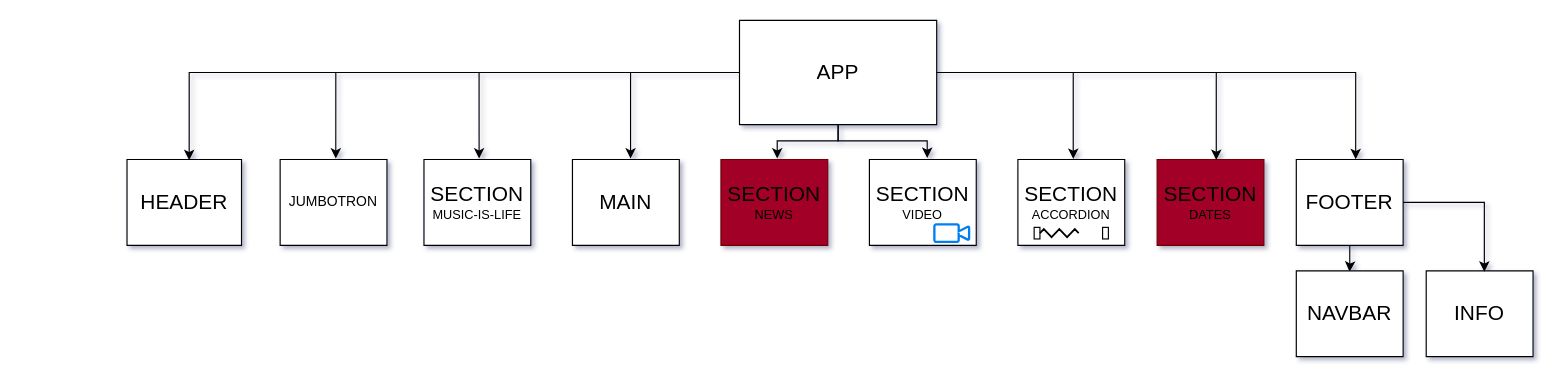
Earlier version of the draw.io diagram src/Boolflix-diagramma.drawio (Pasquale-Raso/proj-html-vuejs). Source tidied: cells renumbered, new cells numbered last; positions are measured from the earlier drawing's top-left corner, leaving out a move shared by most shapes. Both pictures are drawn from the tidied source at 116%, with x=0, y=0 at pixel (126, 20).
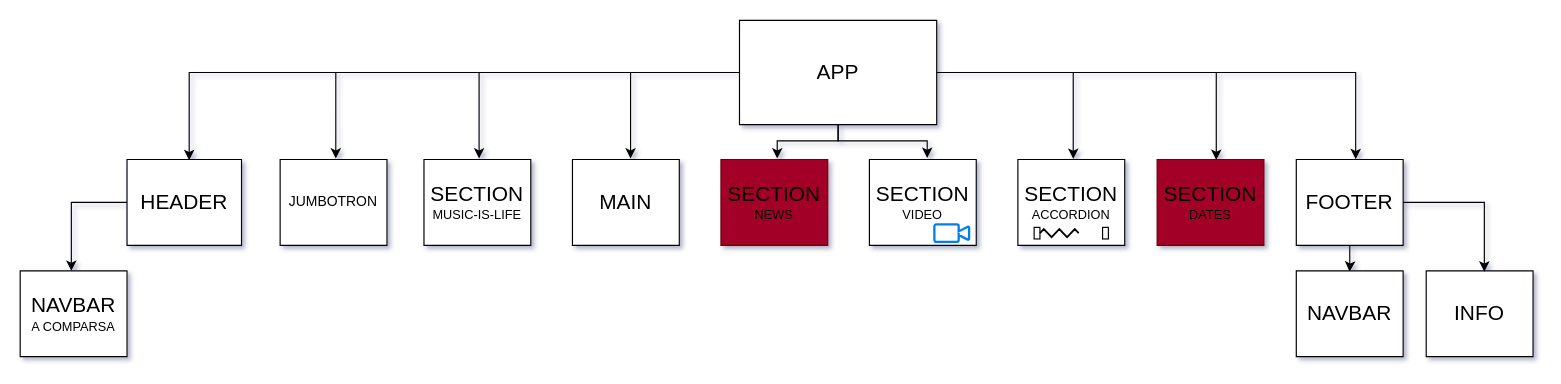
The same page after the edit.

Unchanged cells that the change refers to:
```xml
<mxCell id="6" style="shape=partialRectangle;fillColor=none;top=0;left=0;bottom=0;right=0;points=[[0,0.5],[1,0.5]];portConstraint=eastwest;rounded=1;" parent="5" vertex="1">
  <mxGeometry width="98.7" height="74" as="geometry" />
</mxCell>
```

Change to the diagram source:
```diff
@@
+    <mxCell id="51" style="shape=table;startSize=0;childLayout=tableLayout;rounded=1;" parent="1" vertex="1">
+      <mxGeometry x="-92.1" y="216" width="92.1" height="74" as="geometry" />
+    </mxCell>
+    <mxCell id="52" style="shape=partialRectangle;fillColor=none;top=0;left=0;bottom=0;right=0;points=[[0,0.5],[1,0.5]];portConstraint=eastwest;rounded=1;" parent="51" vertex="1">
+      <mxGeometry width="92.1" height="74" as="geometry" />
+    </mxCell>
+    <mxCell id="53" value="&lt;font&gt;&lt;span style=&quot;font-size: 18px&quot;&gt;NAVBAR&lt;/span&gt;&lt;br&gt;&lt;span style=&quot;font-size: 11px&quot;&gt;A COMPARSA&lt;/span&gt;&lt;br&gt;&lt;/font&gt;" style="shape=partialRectangle;html=1;whiteSpace=wrap;overflow=hidden;fillColor=none;top=0;left=0;bottom=0;right=0;rounded=1;" parent="52" vertex="1">
+      <mxGeometry width="92" height="74" as="geometry" />
+    </mxCell>
+    <mxCell id="54" style="edgeStyle=orthogonalEdgeStyle;rounded=0;jettySize=auto;html=1;entryX=0.479;entryY=0;entryDx=0;entryDy=0;entryPerimeter=0;strokeColor=#000000;" parent="1" edge="1" source="6" target="52">
+      <mxGeometry relative="1" as="geometry" />
+    </mxCell>
```
